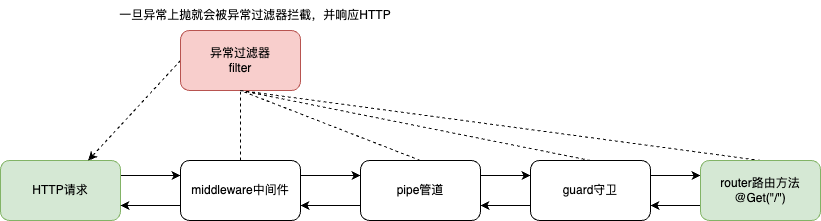
Before: nest:HTTP请求执行流程.drawio.png, a diagram exported from draw.io (JYbill/draw). Source tidied: cells renumbered, new cells last; positions are measured from the earlier drawing's top-left corner, leaving out a move shared by most shapes.
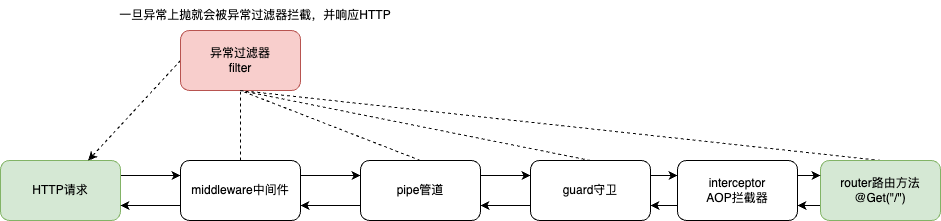
Above is the later version.

Commit message:
更新nest:HTTP请求执行流程.drawio.png

Change to the diagram source:
```diff
@@ -26,23 +26,23 @@
     <mxCell id="9" value="pipe管道" style="rounded=1;whiteSpace=wrap;html=1;" parent="1" vertex="1">
       <mxGeometry x="360" y="160" width="120" height="60" as="geometry" />
     </mxCell>
-    <mxCell id="10" style="edgeStyle=orthogonalEdgeStyle;rounded=0;jettySize=auto;html=1;exitX=1;exitY=0.25;exitDx=0;exitDy=0;entryX=0;entryY=0.25;entryDx=0;entryDy=0;" parent="1" edge="1" source="12" target="15">
-      <mxGeometry relative="1" as="geometry" />
-    </mxCell>
     <mxCell id="11" style="edgeStyle=orthogonalEdgeStyle;rounded=0;jettySize=auto;html=1;exitX=0;exitY=0.75;exitDx=0;exitDy=0;entryX=1;entryY=0.75;entryDx=0;entryDy=0;" parent="1" edge="1" source="12" target="9">
       <mxGeometry relative="1" as="geometry" />
     </mxCell>
+    <mxCell id="22" style="edgeStyle=orthogonalEdgeStyle;rounded=0;jettySize=auto;html=1;exitX=1;exitY=0.25;exitDx=0;exitDy=0;entryX=0;entryY=0.25;entryDx=0;entryDy=0;" parent="1" edge="1" source="12" target="26">
+      <mxGeometry relative="1" as="geometry" />
+    </mxCell>
     <mxCell id="12" value="guard守卫" style="rounded=1;whiteSpace=wrap;html=1;" parent="1" vertex="1">
       <mxGeometry x="530" y="160" width="120" height="60" as="geometry" />
     </mxCell>
     <mxCell id="13" style="rounded=0;jettySize=auto;html=1;exitX=0.5;exitY=0;exitDx=0;exitDy=0;entryX=0.5;entryY=1;entryDx=0;entryDy=0;dashed=1;endArrow=none;endFill=0;" parent="1" edge="1" source="15" target="17">
       <mxGeometry relative="1" as="geometry" />
     </mxCell>
-    <mxCell id="14" style="edgeStyle=orthogonalEdgeStyle;rounded=0;jettySize=auto;html=1;exitX=0;exitY=0.75;exitDx=0;exitDy=0;entryX=1;entryY=0.75;entryDx=0;entryDy=0;" parent="1" edge="1" source="15" target="12">
-      <mxGeometry relative="1" as="geometry" />
-    </mxCell>
+    <mxCell id="23" style="edgeStyle=orthogonalEdgeStyle;rounded=0;jettySize=auto;html=1;exitX=0;exitY=0.75;exitDx=0;exitDy=0;entryX=1;entryY=0.75;entryDx=0;entryDy=0;" parent="1" edge="1" source="15" target="26">
+      <mxGeometry relative="1" as="geometry" />
+    </mxCell>
     <mxCell id="15" value="router路由方法&lt;br&gt;@Get(&quot;/&quot;)" style="rounded=1;whiteSpace=wrap;html=1;fillColor=#d5e8d4;strokeColor=#82b366;" parent="1" vertex="1">
-      <mxGeometry x="700" y="160" width="120" height="60" as="geometry" />
+      <mxGeometry x="820" y="160" width="120" height="60" as="geometry" />
     </mxCell>
     <mxCell id="16" style="rounded=0;jettySize=auto;html=1;exitX=0;exitY=0.5;exitDx=0;exitDy=0;dashed=1;endArrow=classic;endFill=1;" parent="1" edge="1" source="17" target="3">
       <mxGeometry relative="1" as="geometry" />
@@ -62,5 +62,14 @@
     <mxCell id="21" value="一旦异常上抛就会被异常过滤器拦截，并响应HTTP" style="text;html=1;strokeColor=none;fillColor=none;align=center;verticalAlign=middle;whiteSpace=wrap;rounded=0;" parent="1" vertex="1">
       <mxGeometry x="100" width="310" height="30" as="geometry" />
     </mxCell>
+    <mxCell id="24" style="edgeStyle=orthogonalEdgeStyle;rounded=0;jettySize=auto;html=1;exitX=1;exitY=0.25;exitDx=0;exitDy=0;entryX=0;entryY=0.25;entryDx=0;entryDy=0;" parent="1" edge="1" source="26" target="15">
+      <mxGeometry relative="1" as="geometry" />
+    </mxCell>
+    <mxCell id="25" style="edgeStyle=orthogonalEdgeStyle;rounded=0;jettySize=auto;html=1;exitX=0;exitY=0.75;exitDx=0;exitDy=0;entryX=1;entryY=0.75;entryDx=0;entryDy=0;" parent="1" edge="1" source="26" target="12">
+      <mxGeometry relative="1" as="geometry" />
+    </mxCell>
+    <mxCell id="26" value="interceptor &lt;br&gt;AOP拦截器" style="rounded=1;whiteSpace=wrap;html=1;" parent="1" vertex="1">
+      <mxGeometry x="677" y="160" width="120" height="60" as="geometry" />
+    </mxCell>
   </root>
 </mxGraphModel>
```
